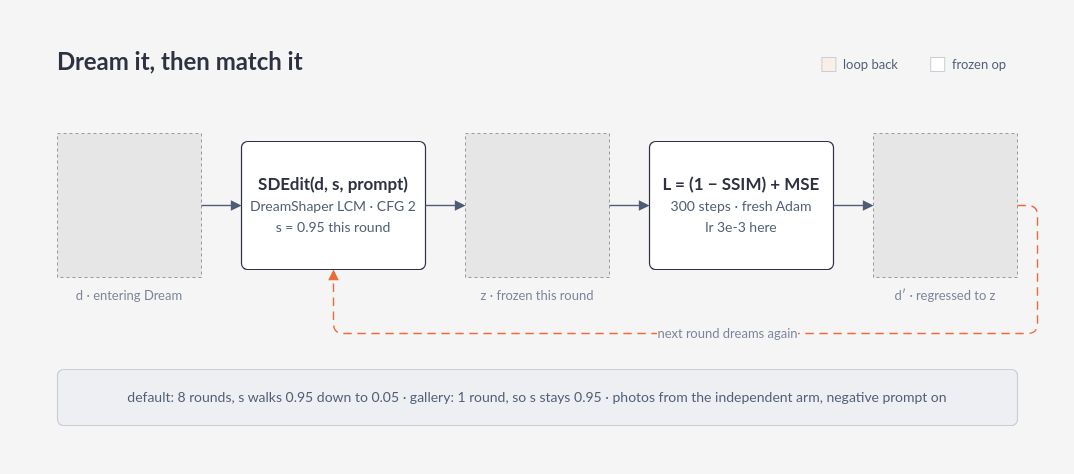
Above: docs/figures/dream.drawio in Portocolom-Studio/potocolom (draw.io), before the change. Source tidied: cells renumbered, new cells numbered last; positions are measured from the earlier drawing's top-left corner, leaving out a move shared by most shapes. Both pictures are drawn from the tidied source at 100%, with x=0, y=0 at pixel (17, 17). Pictures stored in the file or linked from it are replaced by grey dashed boxes.
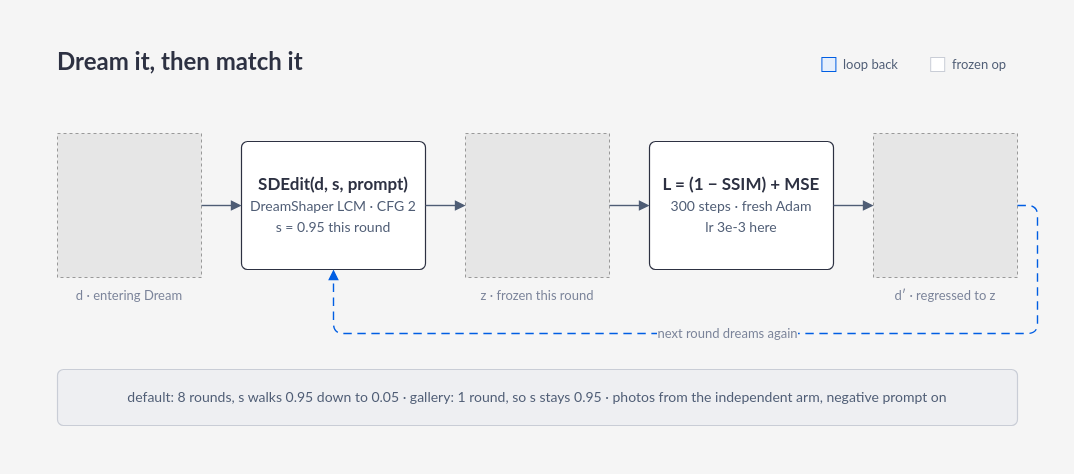
The same page after the edit.

Unchanged cells that the change refers to:
```xml
<mxCell id="10" value="&lt;b&gt;SDEdit(d, s, prompt)&lt;/b&gt;&lt;br&gt;&lt;span style=&quot;font-size:14px;font-weight:normal;color:#4f5d75;line-height:1.5&quot;&gt;DreamShaper LCM · CFG 2&lt;br&gt;s = 0.95 this round&lt;/span&gt;" style="rounded=1;absoluteArcSize=1;arcSize=12;whiteSpace=wrap;html=1;fillColor=#ffffff;strokeColor=#2d3142;strokeWidth=1.2;fontFamily=Lato;fontSize=17;fontColor=#2d3142;fontStyle=0;align=center;verticalAlign=middle;spacing=10;" parent="1" vertex="1">
  <mxGeometry x="224" y="124" width="184" height="128" as="geometry" />
</mxCell>
<mxCell id="14" style="fillColor=#E6E6E6;strokeColor=#999999;dashed=1;verticalLabelPosition=bottom;" parent="1" vertex="1">
  <mxGeometry x="856" y="116" width="144" height="144" as="geometry" />
</mxCell>
```

Change to the diagram source:
```diff
@@
-    <mxCell id="6" style="rounded=0;absoluteArcSize=1;arcSize=12;whiteSpace=wrap;html=1;fillColor=#fbeee7;strokeColor=#c9cdd6;strokeWidth=1;fontFamily=Lato;fontSize=16;fontColor=#2d3142;fontStyle=1;align=center;verticalAlign=middle;spacing=10;" parent="1" vertex="1">
+    <mxCell id="6" style="rounded=0;absoluteArcSize=1;arcSize=12;whiteSpace=wrap;html=1;fillColor=#e6effc;strokeColor=#005ee3;strokeWidth=1;fontFamily=Lato;fontSize=16;fontColor=#2d3142;fontStyle=1;align=center;verticalAlign=middle;spacing=10;" parent="1" vertex="1">
       <mxGeometry x="804.4" y="40" width="14" height="14" as="geometry" />
     </mxCell>
@@
-    <mxCell id="20" value="next round dreams again" style="edgeStyle=orthogonalEdgeStyle;rounded=1;html=1;strokeColor=#eb6c36;strokeWidth=1.4;fontFamily=Lato;fontSize=13;fontColor=#7a8399;labelBackgroundColor=#f5f5f5;endArrow=block;endFill=1;endSize=7;dashed=1;dashPattern=6 4;exitX=1;exitY=0.5;exitDx=0;exitDy=0;entryX=0.5;entryY=1;entryDx=0;entryDy=0;" parent="1" edge="1" source="14" target="10">
+    <mxCell id="20" value="next round dreams again" style="edgeStyle=orthogonalEdgeStyle;rounded=1;html=1;strokeColor=#005ee3;strokeWidth=1.4;fontFamily=Lato;fontSize=13;fontColor=#7a8399;labelBackgroundColor=#f5f5f5;endArrow=block;endFill=1;endSize=7;dashed=1;dashPattern=6 4;exitX=1;exitY=0.5;exitDx=0;exitDy=0;entryX=0.5;entryY=1;entryDx=0;entryDy=0;" parent="1" edge="1" source="14" target="10">
       <mxGeometry relative="1" as="geometry">
         <Array as="points">
           <mxPoint x="1020" y="188" />
           <mxPoint x="1020" y="316" />
           <mxPoint x="316" y="316" />
         </Array>
       </mxGeometry>
     </mxCell>
```
